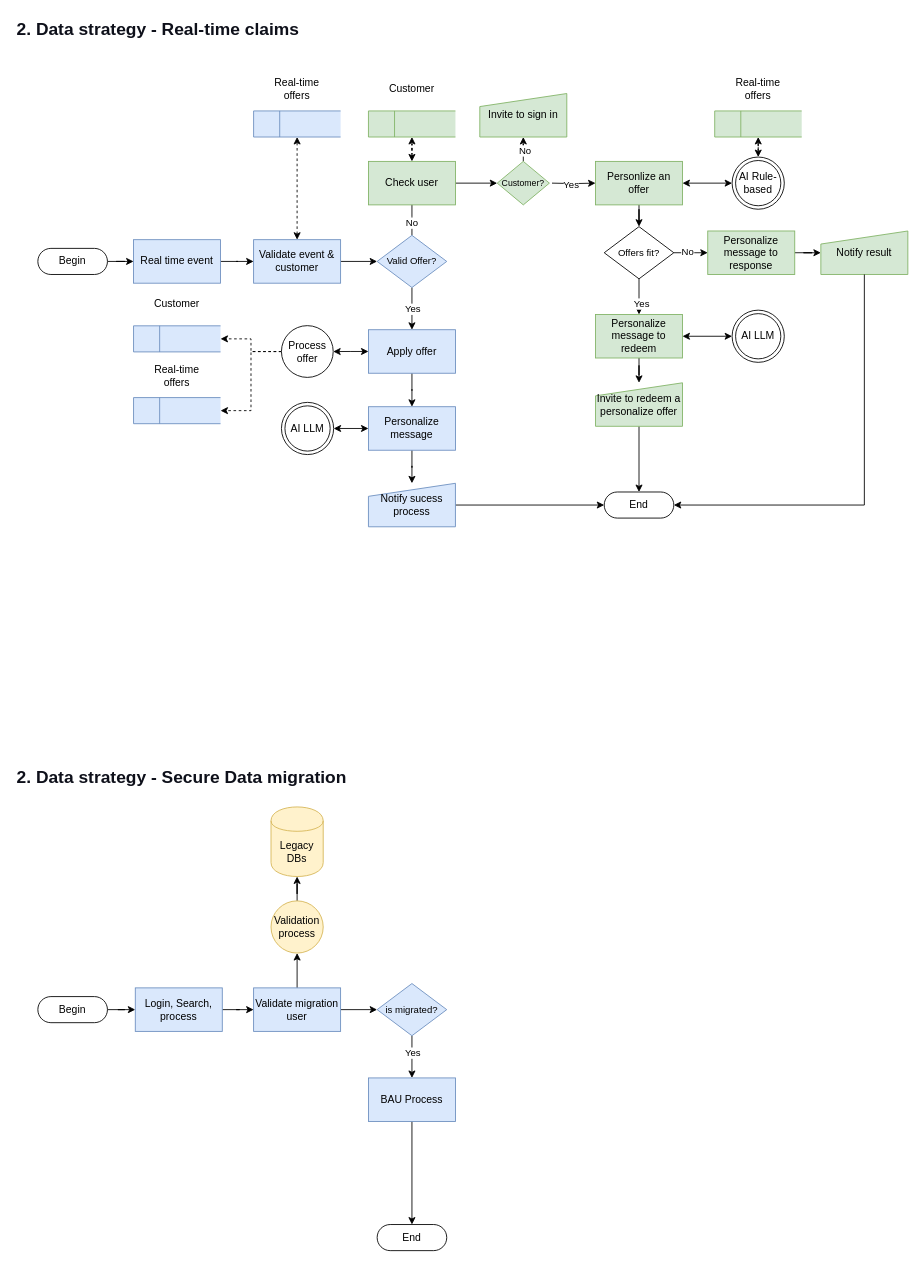
fhermq/diagrams keeps this draw.io diagram as page "2. Data strategy" (2 of 7) of SaaS.drawio. Above is the earlier version. Source tidied: cells renumbered, new cells numbered last; positions are measured from the earlier drawing's top-left corner, leaving out a move shared by most shapes. Both pictures are drawn from the tidied source at 87%, with x=0, y=0 at pixel (15, 15).
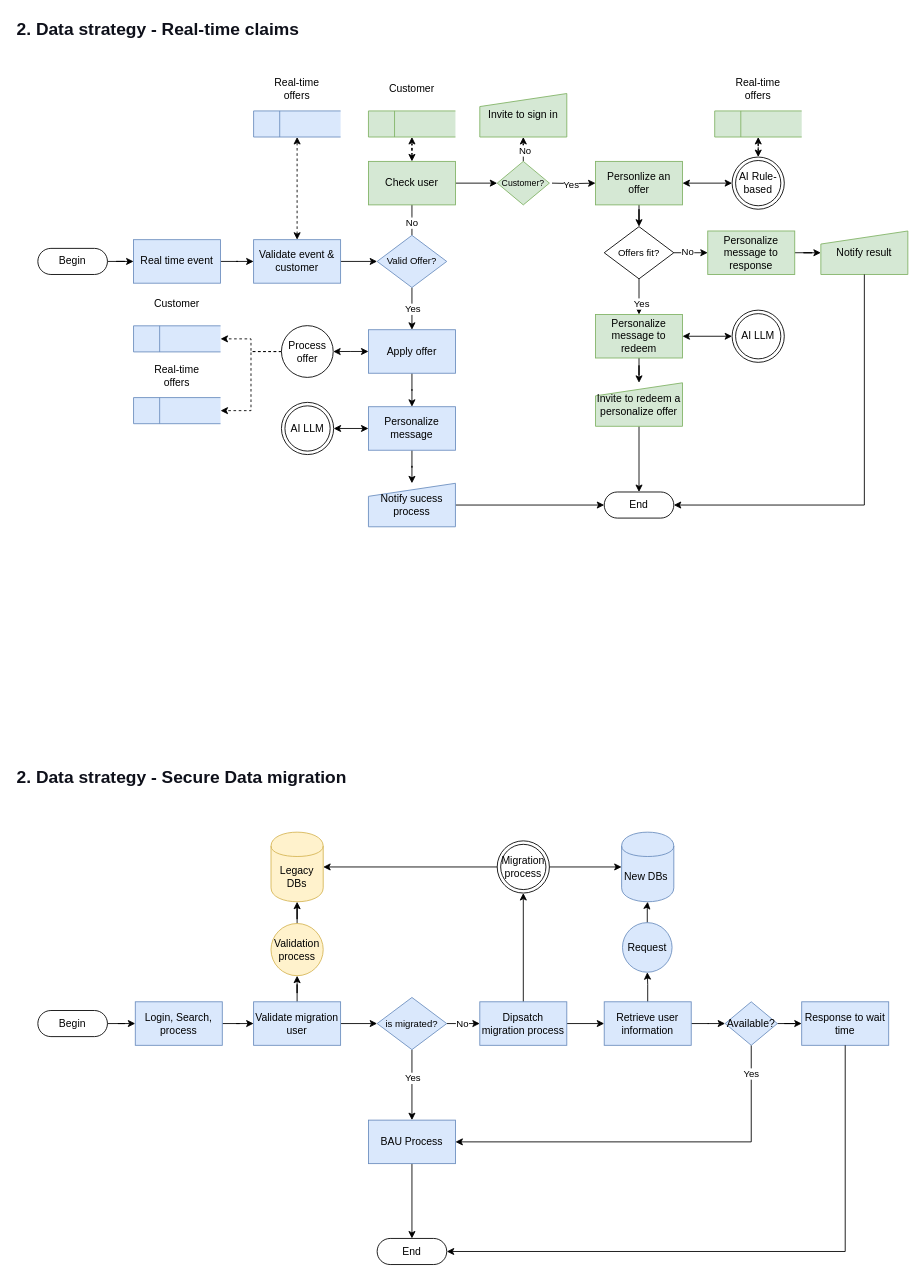
The same diagram, later.

The edit, as a diff of the source:
```diff
@@
     <mxCell id="70" value="Begin" style="html=1;dashed=0;whiteSpace=wrap;shape=mxgraph.dfd.start;" parent="1" vertex="1">
-      <mxGeometry x="26" y="1128" width="80" height="30" as="geometry" />
+      <mxGeometry x="26" y="1144" width="80" height="30" as="geometry" />
     </mxCell>
@@
     <mxCell id="72" value="Login, Search, process" style="html=1;dashed=0;whiteSpace=wrap;fillColor=#dae8fc;strokeColor=#6c8ebf;" parent="1" vertex="1">
-      <mxGeometry x="138" y="1118" width="100" height="50" as="geometry" />
+      <mxGeometry x="138" y="1134" width="100" height="50" as="geometry" />
     </mxCell>
@@
+    <mxCell id="92" style="edgeStyle=orthogonalEdgeStyle;rounded=0;jettySize=auto;html=1;" parent="1" edge="1" source="75" target="96">
+      <mxGeometry relative="1" as="geometry" />
+    </mxCell>
+    <mxCell id="93" value="No" style="edgeLabel;html=1;align=center;verticalAlign=middle;" parent="92" vertex="1">
+      <mxGeometry x="-0.19" relative="1" as="geometry" />
+    </mxCell>
     <mxCell id="75" value="is migrated?" style="shape=rhombus;html=1;dashed=0;whiteSpace=wrap;perimeter=rhombusPerimeter;fontSize=11;fillColor=#dae8fc;strokeColor=#6c8ebf;" parent="1" vertex="1">
-      <mxGeometry x="416" y="1113" width="80" height="60" as="geometry" />
+      <mxGeometry x="416" y="1129" width="80" height="60" as="geometry" />
     </mxCell>
@@
     <mxCell id="77" value="BAU Process" style="html=1;dashed=0;whiteSpace=wrap;fillColor=#dae8fc;strokeColor=#6c8ebf;" parent="1" vertex="1">
-      <mxGeometry x="406" y="1221.5" width="100" height="50" as="geometry" />
+      <mxGeometry x="406" y="1270" width="100" height="50" as="geometry" />
     </mxCell>
+    <mxCell id="79" style="edgeStyle=orthogonalEdgeStyle;rounded=0;jettySize=auto;html=1;" parent="1" edge="1" source="80" target="75">
+      <mxGeometry relative="1" as="geometry" />
+    </mxCell>
@@
-    <mxCell id="79" style="edgeStyle=orthogonalEdgeStyle;rounded=0;jettySize=auto;html=1;" parent="1" edge="1" source="80" target="75">
-      <mxGeometry relative="1" as="geometry" />
-    </mxCell>
     <mxCell id="80" value="Validate migration user" style="html=1;dashed=0;whiteSpace=wrap;fillColor=#dae8fc;strokeColor=#6c8ebf;" parent="1" vertex="1">
-      <mxGeometry x="274" y="1118" width="100" height="50" as="geometry" />
+      <mxGeometry x="274" y="1134" width="100" height="50" as="geometry" />
     </mxCell>
     <mxCell id="81" value="End" style="html=1;dashed=0;whiteSpace=wrap;shape=mxgraph.dfd.start;" parent="1" vertex="1">
-      <mxGeometry x="416" y="1390" width="80" height="30" as="geometry" />
+      <mxGeometry x="416" y="1406" width="80" height="30" as="geometry" />
     </mxCell>
     <mxCell id="82" value="Legacy DBs" style="shape=cylinder;whiteSpace=wrap;html=1;boundedLbl=1;backgroundOutline=1;fillColor=#fff2cc;strokeColor=#d6b656;" parent="1" vertex="1">
-      <mxGeometry x="294" y="910" width="60" height="80" as="geometry" />
+      <mxGeometry x="294" y="939" width="60" height="80" as="geometry" />
     </mxCell>
@@
     <mxCell id="84" value="Validation process" style="shape=ellipse;html=1;dashed=0;whiteSpace=wrap;perimeter=ellipsePerimeter;fillColor=#fff2cc;strokeColor=#d6b656;" parent="1" vertex="1">
-      <mxGeometry x="294" y="1018" width="60" height="60" as="geometry" />
+      <mxGeometry x="294" y="1044" width="60" height="60" as="geometry" />
     </mxCell>
@@
+    <mxCell id="94" style="edgeStyle=orthogonalEdgeStyle;rounded=0;jettySize=auto;html=1;" parent="1" edge="1" source="96" target="99">
+      <mxGeometry relative="1" as="geometry" />
+    </mxCell>
+    <mxCell id="95" style="edgeStyle=orthogonalEdgeStyle;rounded=0;jettySize=auto;html=1;" parent="1" edge="1" source="96" target="103">
+      <mxGeometry relative="1" as="geometry" />
+    </mxCell>
+    <mxCell id="96" value="Dipsatch migration process" style="html=1;dashed=0;whiteSpace=wrap;fillColor=#dae8fc;strokeColor=#6c8ebf;" parent="1" vertex="1">
+      <mxGeometry x="534" y="1134" width="100" height="50" as="geometry" />
+    </mxCell>
+    <mxCell id="97" style="edgeStyle=orthogonalEdgeStyle;rounded=0;jettySize=auto;html=1;" parent="1" edge="1" source="99" target="100">
+      <mxGeometry relative="1" as="geometry" />
+    </mxCell>
+    <mxCell id="98" style="edgeStyle=orthogonalEdgeStyle;rounded=0;jettySize=auto;html=1;" parent="1" edge="1" source="99" target="82">
+      <mxGeometry relative="1" as="geometry" />
+    </mxCell>
+    <mxCell id="99" value="Migration process" style="ellipse;shape=doubleEllipse;html=1;dashed=0;whiteSpace=wrap;" parent="1" vertex="1">
+      <mxGeometry x="554" y="949" width="60" height="60" as="geometry" />
+    </mxCell>
+    <mxCell id="100" value="New DBs&amp;nbsp;" style="shape=cylinder;whiteSpace=wrap;html=1;boundedLbl=1;backgroundOutline=1;fillColor=#dae8fc;strokeColor=#6c8ebf;" parent="1" vertex="1">
+      <mxGeometry x="697" y="939" width="60" height="80" as="geometry" />
+    </mxCell>
+    <mxCell id="101" style="edgeStyle=orthogonalEdgeStyle;rounded=0;jettySize=auto;html=1;" parent="1" edge="1" source="103" target="105">
+      <mxGeometry relative="1" as="geometry" />
+    </mxCell>
+    <mxCell id="102" style="edgeStyle=orthogonalEdgeStyle;rounded=0;jettySize=auto;html=1;" parent="1" edge="1" source="103" target="109">
+      <mxGeometry relative="1" as="geometry" />
+    </mxCell>
+    <mxCell id="103" value="Retrieve user information" style="html=1;dashed=0;whiteSpace=wrap;fillColor=#dae8fc;strokeColor=#6c8ebf;" parent="1" vertex="1">
+      <mxGeometry x="677" y="1134" width="100" height="50" as="geometry" />
+    </mxCell>
+    <mxCell id="104" style="edgeStyle=orthogonalEdgeStyle;rounded=0;jettySize=auto;html=1;entryX=0.5;entryY=1;entryDx=0;entryDy=0;" parent="1" edge="1" source="105" target="100">
+      <mxGeometry relative="1" as="geometry" />
+    </mxCell>
+    <mxCell id="105" value="Request" style="shape=ellipse;html=1;dashed=0;whiteSpace=wrap;perimeter=ellipsePerimeter;fillColor=#dae8fc;strokeColor=#6c8ebf;" parent="1" vertex="1">
+      <mxGeometry x="698" y="1043" width="57" height="57" as="geometry" />
+    </mxCell>
+    <mxCell id="106" style="edgeStyle=orthogonalEdgeStyle;rounded=0;jettySize=auto;html=1;entryX=1;entryY=0.5;entryDx=0;entryDy=0;" parent="1" edge="1" source="109" target="77">
+      <mxGeometry relative="1" as="geometry">
+        <Array as="points">
+          <mxPoint x="846" y="1295" />
+        </Array>
+      </mxGeometry>
+    </mxCell>
+    <mxCell id="107" value="Yes" style="edgeLabel;html=1;align=center;verticalAlign=middle;" parent="106" vertex="1">
+      <mxGeometry x="-0.86" y="-1" relative="1" as="geometry" />
+    </mxCell>
+    <mxCell id="108" style="edgeStyle=orthogonalEdgeStyle;rounded=0;jettySize=auto;html=1;" parent="1" edge="1" source="109" target="110">
+      <mxGeometry relative="1" as="geometry" />
+    </mxCell>
+    <mxCell id="109" value="Available?" style="shape=rhombus;html=1;dashed=0;whiteSpace=wrap;perimeter=rhombusPerimeter;fillColor=#dae8fc;strokeColor=#6c8ebf;" parent="1" vertex="1">
+      <mxGeometry x="816" y="1134" width="60" height="50" as="geometry" />
+    </mxCell>
+    <mxCell id="110" value="Response to wait time" style="html=1;dashed=0;whiteSpace=wrap;fillColor=#dae8fc;strokeColor=#6c8ebf;" parent="1" vertex="1">
+      <mxGeometry x="904" y="1134" width="100" height="50" as="geometry" />
+    </mxCell>
+    <mxCell id="111" style="edgeStyle=orthogonalEdgeStyle;rounded=0;jettySize=auto;html=1;entryX=1;entryY=0.5;entryDx=0;entryDy=0;entryPerimeter=0;" parent="1" edge="1" source="110" target="81">
+      <mxGeometry relative="1" as="geometry">
+        <Array as="points">
+          <mxPoint x="954" y="1421" />
+        </Array>
+      </mxGeometry>
+    </mxCell>
```
